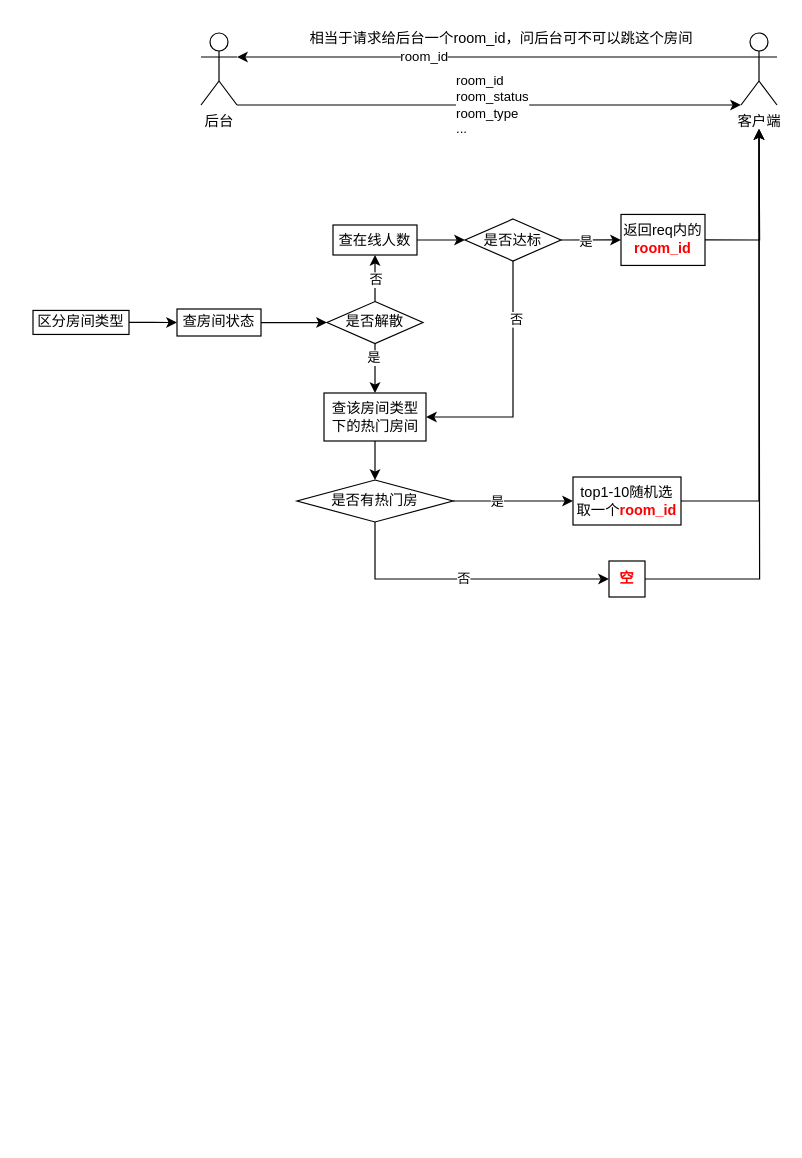
This is zora/deeplink real-time.drawio from zora1997/zora, a draw.io file, before an edit. Source tidied: cells renumbered, new cells numbered last; positions are measured from the earlier drawing's top-left corner, leaving out a move shared by most shapes. Both pictures are drawn from the tidied source at 120%, with x=0, y=0 at pixel (32, 20).
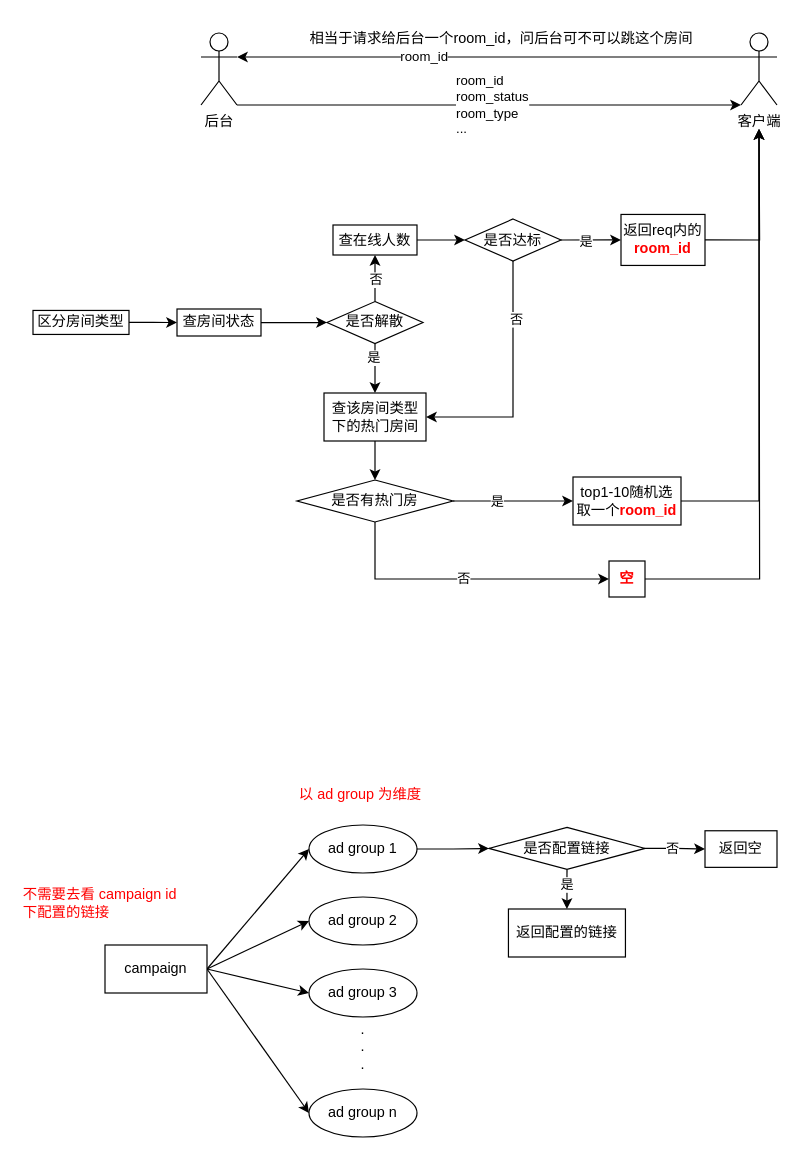
After the change.

Diff of the diagram source:
```diff
@@
+    <mxCell id="37" style="rounded=0;jettySize=auto;html=1;exitX=1;exitY=0.5;exitDx=0;exitDy=0;entryX=0;entryY=0.5;entryDx=0;entryDy=0;" parent="1" edge="1" source="41" target="43">
+      <mxGeometry relative="1" as="geometry" />
+    </mxCell>
+    <mxCell id="38" style="edgeStyle=none;rounded=0;jettySize=auto;html=1;exitX=1;exitY=0.5;exitDx=0;exitDy=0;entryX=0;entryY=0.5;entryDx=0;entryDy=0;" parent="1" edge="1" source="41" target="44">
+      <mxGeometry relative="1" as="geometry" />
+    </mxCell>
+    <mxCell id="39" style="edgeStyle=none;rounded=0;jettySize=auto;html=1;exitX=1;exitY=0.5;exitDx=0;exitDy=0;entryX=0;entryY=0.5;entryDx=0;entryDy=0;" parent="1" edge="1" source="41" target="45">
+      <mxGeometry relative="1" as="geometry" />
+    </mxCell>
+    <mxCell id="40" style="edgeStyle=none;rounded=0;jettySize=auto;html=1;exitX=1;exitY=0.5;exitDx=0;exitDy=0;entryX=0;entryY=0.5;entryDx=0;entryDy=0;" parent="1" edge="1" source="41" target="47">
+      <mxGeometry relative="1" as="geometry" />
+    </mxCell>
+    <mxCell id="41" value="campaign" style="rounded=0;whiteSpace=wrap;html=1;" parent="1" vertex="1">
+      <mxGeometry x="60" y="770" width="85" height="40" as="geometry" />
+    </mxCell>
+    <mxCell id="42" style="edgeStyle=orthogonalEdgeStyle;rounded=0;jettySize=auto;html=1;exitX=1;exitY=0.5;exitDx=0;exitDy=0;entryX=0;entryY=0.5;entryDx=0;entryDy=0;" parent="1" edge="1" source="43" target="52">
+      <mxGeometry relative="1" as="geometry" />
+    </mxCell>
+    <mxCell id="43" value="ad group 1" style="ellipse;whiteSpace=wrap;html=1;" parent="1" vertex="1">
+      <mxGeometry x="230" y="670" width="90" height="40" as="geometry" />
+    </mxCell>
+    <mxCell id="44" value="ad group 2" style="ellipse;whiteSpace=wrap;html=1;" parent="1" vertex="1">
+      <mxGeometry x="230" y="730" width="90" height="40" as="geometry" />
+    </mxCell>
+    <mxCell id="45" value="ad group 3" style="ellipse;whiteSpace=wrap;html=1;" parent="1" vertex="1">
+      <mxGeometry x="230" y="790" width="90" height="40" as="geometry" />
+    </mxCell>
+    <mxCell id="46" value=".&lt;br&gt;.&lt;br&gt;." style="text;html=1;strokeColor=none;fillColor=none;align=center;verticalAlign=middle;whiteSpace=wrap;rounded=0;" parent="1" vertex="1">
+      <mxGeometry x="245" y="840" width="60" height="30" as="geometry" />
+    </mxCell>
+    <mxCell id="47" value="ad group n" style="ellipse;whiteSpace=wrap;html=1;" parent="1" vertex="1">
+      <mxGeometry x="230" y="890" width="90" height="40" as="geometry" />
+    </mxCell>
+    <mxCell id="48" style="edgeStyle=orthogonalEdgeStyle;rounded=0;jettySize=auto;html=1;exitX=0.5;exitY=1;exitDx=0;exitDy=0;entryX=0.5;entryY=0;entryDx=0;entryDy=0;" parent="1" edge="1" source="52" target="54">
+      <mxGeometry relative="1" as="geometry" />
+    </mxCell>
+    <mxCell id="49" value="是" style="edgeLabel;html=1;align=center;verticalAlign=middle;" parent="48" vertex="1">
+      <mxGeometry x="-0.23" relative="1" as="geometry" />
+    </mxCell>
+    <mxCell id="50" style="edgeStyle=orthogonalEdgeStyle;rounded=0;jettySize=auto;html=1;exitX=1;exitY=0.5;exitDx=0;exitDy=0;entryX=0;entryY=0.5;entryDx=0;entryDy=0;" parent="1" edge="1" source="52" target="53">
+      <mxGeometry relative="1" as="geometry" />
+    </mxCell>
+    <mxCell id="51" value="否" style="edgeLabel;html=1;align=center;verticalAlign=middle;" parent="50" vertex="1">
+      <mxGeometry x="-0.14" relative="1" as="geometry" />
+    </mxCell>
+    <mxCell id="52" value="是否配置链接" style="rhombus;whiteSpace=wrap;html=1;rounded=0;" parent="1" vertex="1">
+      <mxGeometry x="380" y="672" width="130" height="35" as="geometry" />
+    </mxCell>
+    <mxCell id="53" value="返回空" style="rounded=0;whiteSpace=wrap;html=1;" parent="1" vertex="1">
+      <mxGeometry x="560" y="674.8" width="60" height="30.5" as="geometry" />
+    </mxCell>
+    <mxCell id="54" value="返回配置的链接" style="rounded=0;whiteSpace=wrap;html=1;" parent="1" vertex="1">
+      <mxGeometry x="396.2" y="740" width="97.5" height="40" as="geometry" />
+    </mxCell>
+    <mxCell id="55" value="&lt;font style=&quot;&quot; color=&quot;#ff0000&quot;&gt;不需要去看 campaign id 下配置的链接&lt;/font&gt;" style="text;html=1;strokeColor=none;fillColor=none;align=left;verticalAlign=middle;whiteSpace=wrap;rounded=0;" parent="1" vertex="1">
+      <mxGeometry x="-10" y="710" width="140" height="50" as="geometry" />
+    </mxCell>
+    <mxCell id="56" value="&lt;font color=&quot;#ff0000&quot;&gt;以 ad group 为维度&lt;/font&gt;" style="text;html=1;strokeColor=none;fillColor=none;align=left;verticalAlign=middle;whiteSpace=wrap;rounded=0;" parent="1" vertex="1">
+      <mxGeometry x="220" y="620" width="130" height="50" as="geometry" />
+    </mxCell>
```
